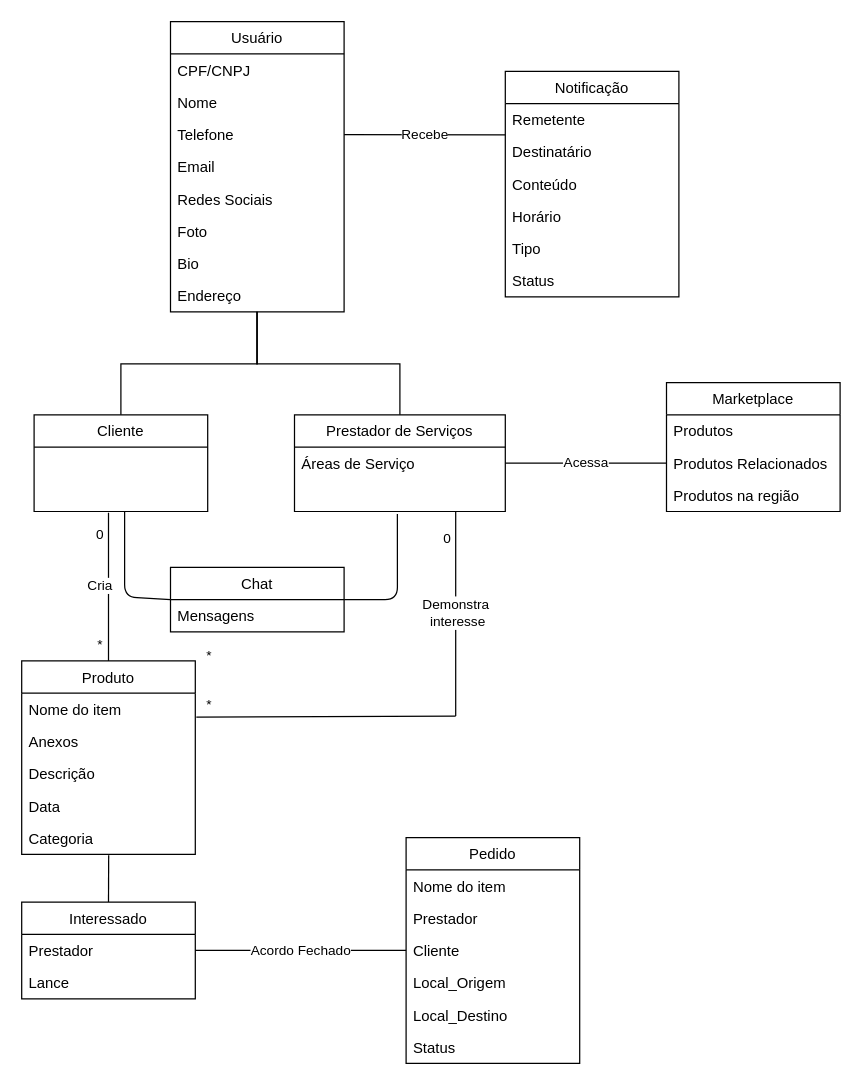
Earlier version of the draw.io diagram classDiagram/Diagrama de Classes.drawio (henriquevital00/Relic). Source tidied: cells renumbered, new cells numbered last; positions are measured from the earlier drawing's top-left corner, leaving out a move shared by most shapes. Both pictures are drawn from the tidied source at 124%, with x=0, y=0 at pixel (21, 21).
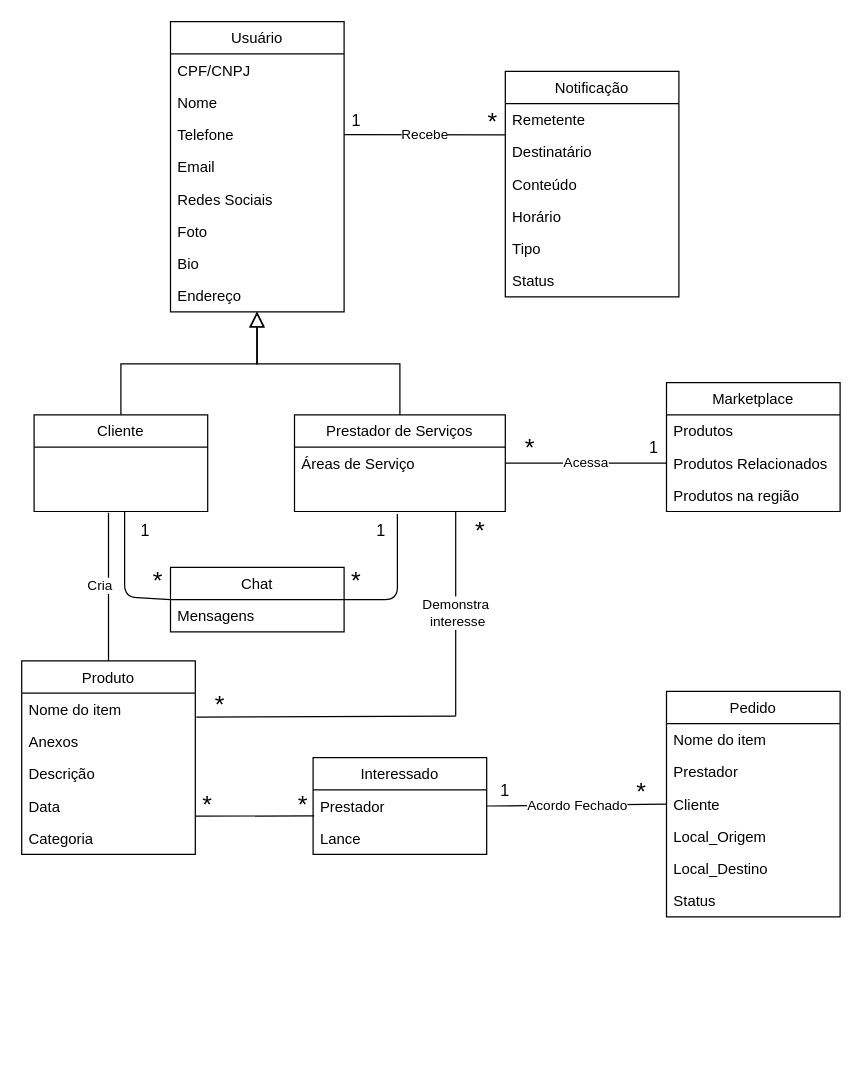
The same page after the edit.

Commit message (it also covers changes not shown here):
Fix diagram class

Unchanged cells that the change refers to:
```xml
<mxCell id="10" value="Endereço" style="text;strokeColor=none;fillColor=none;align=left;verticalAlign=top;spacingLeft=4;spacingRight=4;overflow=hidden;points=[[0,0.5],[1,0.5]];portConstraint=eastwest;" parent="2" vertex="1">
  <mxGeometry y="208" width="140" height="26" as="geometry" />
</mxCell>
<mxCell id="11" value="Cliente" style="swimlane;fontStyle=0;horizontal=1;startSize=26;fillColor=none;" parent="1" vertex="1">
  <mxGeometry x="10" y="317" width="140" height="78" as="geometry" />
</mxCell>
<mxCell id="14" value="Prestador de Serviços" style="swimlane;fontStyle=0;horizontal=1;startSize=26;fillColor=none;" parent="1" vertex="1">
  <mxGeometry x="220" y="317" width="170" height="78" as="geometry" />
</mxCell>
<mxCell id="23" value="Data" style="text;strokeColor=none;fillColor=none;align=left;verticalAlign=top;spacingLeft=4;spacingRight=4;overflow=hidden;points=[[0,0.5],[1,0.5]];portConstraint=eastwest;" parent="19" vertex="1">
  <mxGeometry y="104" width="140" height="26" as="geometry" />
</mxCell>
<mxCell id="24" value="Categoria" style="text;strokeColor=none;fillColor=none;align=left;verticalAlign=top;spacingLeft=4;spacingRight=4;overflow=hidden;points=[[0,0.5],[1,0.5]];portConstraint=eastwest;" parent="19" vertex="1">
  <mxGeometry y="130" width="140" height="26" as="geometry" />
</mxCell>
<mxCell id="32" style="endArrow=none;html=1;exitX=0.5;exitY=0;exitDx=0;exitDy=0;" parent="1" edge="1" source="19">
  <mxGeometry relative="1" as="geometry">
    <mxPoint x="70" y="396" as="targetPoint" />
  </mxGeometry>
</mxCell>
<mxCell id="37" value="Prestador" style="text;strokeColor=none;fillColor=none;align=left;verticalAlign=top;spacingLeft=4;spacingRight=4;overflow=hidden;points=[[0,0.5],[1,0.5]];portConstraint=eastwest;" parent="36" vertex="1">
  <mxGeometry y="26" width="140" height="26" as="geometry" />
</mxCell>
<mxCell id="39" value="Demonstra&lt;br&gt;&amp;nbsp;interesse" style="endArrow=none;html=1;" parent="1" edge="1">
  <mxGeometry relative="1" as="geometry">
    <mxPoint x="350" y="560" as="sourcePoint" />
    <mxPoint x="350" y="395" as="targetPoint" />
  </mxGeometry>
</mxCell>
<mxCell id="46" style="endArrow=none;html=1;exitX=1.006;exitY=0.746;exitDx=0;exitDy=0;exitPerimeter=0;" parent="1" edge="1" source="20">
  <mxGeometry relative="1" as="geometry">
    <mxPoint x="350" y="560" as="targetPoint" />
  </mxGeometry>
</mxCell>
```

Change to the diagram source:
```diff
@@
-    <mxCell id="17" style="endArrow=none;endSize=10;endFill=0;shadow=0;strokeWidth=1;rounded=0;edgeStyle=elbowEdgeStyle;elbow=vertical;exitX=0.5;exitY=0;exitDx=0;exitDy=0;entryX=0.497;entryY=1;entryDx=0;entryDy=0;entryPerimeter=0;" parent="1" edge="1" source="14" target="10">
+    <mxCell id="17" style="endArrow=block;endSize=10;endFill=0;shadow=0;strokeWidth=1;rounded=0;edgeStyle=elbowEdgeStyle;elbow=vertical;exitX=0.5;exitY=0;exitDx=0;exitDy=0;entryX=0.497;entryY=1;entryDx=0;entryDy=0;entryPerimeter=0;" parent="1" edge="1" source="14" target="10">
       <mxGeometry relative="1" as="geometry" />
     </mxCell>
-    <mxCell id="18" style="endArrow=none;endSize=10;endFill=0;shadow=0;strokeWidth=1;rounded=0;edgeStyle=elbowEdgeStyle;elbow=vertical;exitX=0.5;exitY=0;exitDx=0;exitDy=0;" parent="1" edge="1" source="11" target="10">
+    <mxCell id="18" style="endArrow=block;endSize=10;endFill=0;shadow=0;strokeWidth=1;rounded=0;edgeStyle=elbowEdgeStyle;elbow=vertical;exitX=0.5;exitY=0;exitDx=0;exitDy=0;" parent="1" edge="1" source="11" target="10">
       <mxGeometry relative="1" as="geometry" />
     </mxCell>
@@
     <mxCell id="25" value="Pedido" style="swimlane;fontStyle=0;horizontal=1;startSize=26;fillColor=none;" parent="1" vertex="1">
-      <mxGeometry x="310" y="658" width="140" height="182" as="geometry" />
+      <mxGeometry x="520" y="540" width="140" height="182" as="geometry" />
     </mxCell>
@@
-    <mxCell id="34" value="0" style="edgeLabel;html=1;align=center;verticalAlign=middle;" parent="32" vertex="1">
-      <mxGeometry x="0.56" y="1" relative="1" as="geometry">
-        <mxPoint x="-6.9" y="-9.4" as="offset" />
-      </mxGeometry>
-    </mxCell>
-    <mxCell id="35" value="*" style="edgeLabel;html=1;align=center;verticalAlign=middle;" parent="32" vertex="1">
-      <mxGeometry x="-0.77" y="2" relative="1" as="geometry">
-        <mxPoint x="-6" as="offset" />
-      </mxGeometry>
-    </mxCell>
     <mxCell id="36" value="Interessado" style="swimlane;fontStyle=0;horizontal=1;startSize=26;fillColor=none;" parent="1" vertex="1">
-      <mxGeometry y="710" width="140" height="78" as="geometry" />
+      <mxGeometry x="235" y="593.5" width="140" height="78" as="geometry" />
     </mxCell>
@@
-    <mxCell id="40" value="0" style="edgeLabel;html=1;align=center;verticalAlign=middle;" parent="39" vertex="1">
-      <mxGeometry x="0.75" relative="1" as="geometry">
-        <mxPoint x="-8" as="offset" />
-      </mxGeometry>
-    </mxCell>
-    <mxCell id="41" value="*" style="edgeLabel;html=1;align=center;verticalAlign=middle;" parent="39" vertex="1">
-      <mxGeometry x="-0.76" relative="1" as="geometry">
-        <mxPoint x="-200" y="-29.5" as="offset" />
-      </mxGeometry>
-    </mxCell>
@@
-    <mxCell id="47" value="*" style="edgeLabel;html=1;align=center;verticalAlign=middle;" parent="46" vertex="1">
-      <mxGeometry x="-0.82" y="-2" relative="1" as="geometry">
-        <mxPoint x="-9.8" y="-12.8" as="offset" />
-      </mxGeometry>
-    </mxCell>
-    <mxCell id="48" style="endArrow=none;endFill=0;endSize=24;html=1;entryX=0.5;entryY=0;entryDx=0;entryDy=0;exitX=0.501;exitY=1.027;exitDx=0;exitDy=0;exitPerimeter=0;" parent="1" edge="1" source="24" target="36">
+    <mxCell id="48" style="endArrow=none;endFill=0;endSize=24;html=1;exitX=1;exitY=0.817;exitDx=0;exitDy=0;exitPerimeter=0;entryX=0.006;entryY=0.804;entryDx=0;entryDy=0;entryPerimeter=0;" parent="1" edge="1" source="23" target="37">
       <mxGeometry relative="1" as="geometry" />
     </mxCell>
@@
+    <mxCell id="63" value="&lt;font style=&quot;font-size: 13px&quot;&gt;1&lt;/font&gt;" style="text;html=1;strokeColor=none;fillColor=none;align=center;verticalAlign=middle;whiteSpace=wrap;rounded=0;" parent="1" vertex="1">
+      <mxGeometry x="250" y="70" width="40" height="20" as="geometry" />
+    </mxCell>
+    <mxCell id="64" value="&lt;font style=&quot;font-size: 20px&quot;&gt;*&lt;/font&gt;" style="text;html=1;strokeColor=none;fillColor=none;align=center;verticalAlign=middle;whiteSpace=wrap;rounded=0;" parent="1" vertex="1">
+      <mxGeometry x="360" y="70" width="40" height="20" as="geometry" />
+    </mxCell>
+    <mxCell id="65" value="&lt;font style=&quot;font-size: 20px&quot;&gt;*&lt;/font&gt;" style="text;html=1;strokeColor=none;fillColor=none;align=center;verticalAlign=middle;whiteSpace=wrap;rounded=0;" parent="1" vertex="1">
+      <mxGeometry x="390" y="333" width="40" height="20" as="geometry" />
+    </mxCell>
+    <mxCell id="66" value="&lt;font style=&quot;font-size: 13px&quot;&gt;1&lt;/font&gt;" style="text;html=1;strokeColor=none;fillColor=none;align=center;verticalAlign=middle;whiteSpace=wrap;rounded=0;" parent="1" vertex="1">
+      <mxGeometry x="490" y="333" width="40" height="20" as="geometry" />
+    </mxCell>
+    <mxCell id="67" value="&lt;font style=&quot;font-size: 20px&quot;&gt;*&lt;/font&gt;" style="text;html=1;strokeColor=none;fillColor=none;align=center;verticalAlign=middle;whiteSpace=wrap;rounded=0;" parent="1" vertex="1">
+      <mxGeometry x="250" y="440" width="40" height="20" as="geometry" />
+    </mxCell>
+    <mxCell id="68" value="&lt;font style=&quot;font-size: 13px&quot;&gt;1&lt;/font&gt;" style="text;html=1;strokeColor=none;fillColor=none;align=center;verticalAlign=middle;whiteSpace=wrap;rounded=0;" parent="1" vertex="1">
+      <mxGeometry x="270" y="400" width="40" height="20" as="geometry" />
+    </mxCell>
+    <mxCell id="69" value="&lt;font style=&quot;font-size: 20px&quot;&gt;*&lt;/font&gt;" style="text;html=1;strokeColor=none;fillColor=none;align=center;verticalAlign=middle;whiteSpace=wrap;rounded=0;" parent="1" vertex="1">
+      <mxGeometry x="90" y="440" width="40" height="20" as="geometry" />
+    </mxCell>
+    <mxCell id="70" value="&lt;font style=&quot;font-size: 13px&quot;&gt;1&lt;/font&gt;" style="text;html=1;strokeColor=none;fillColor=none;align=center;verticalAlign=middle;whiteSpace=wrap;rounded=0;" parent="1" vertex="1">
+      <mxGeometry x="80" y="400" width="40" height="20" as="geometry" />
+    </mxCell>
+    <mxCell id="71" value="&lt;font style=&quot;font-size: 20px&quot;&gt;*&lt;/font&gt;" style="text;html=1;strokeColor=none;fillColor=none;align=center;verticalAlign=middle;whiteSpace=wrap;rounded=0;" parent="1" vertex="1">
+      <mxGeometry x="140" y="540" width="40" height="20" as="geometry" />
+    </mxCell>
+    <mxCell id="72" value="&lt;font style=&quot;font-size: 20px&quot;&gt;*&lt;/font&gt;" style="text;html=1;strokeColor=none;fillColor=none;align=center;verticalAlign=middle;whiteSpace=wrap;rounded=0;" parent="1" vertex="1">
+      <mxGeometry x="350" y="400" width="40" height="20" as="geometry" />
+    </mxCell>
+    <mxCell id="73" value="&lt;font style=&quot;font-size: 20px&quot;&gt;*&lt;/font&gt;" style="text;html=1;strokeColor=none;fillColor=none;align=center;verticalAlign=middle;whiteSpace=wrap;rounded=0;" parent="1" vertex="1">
+      <mxGeometry x="130" y="621" width="40" height="20" as="geometry" />
+    </mxCell>
+    <mxCell id="74" value="&lt;font style=&quot;font-size: 20px&quot;&gt;*&lt;/font&gt;" style="text;html=1;strokeColor=none;fillColor=none;align=center;verticalAlign=middle;whiteSpace=wrap;rounded=0;" parent="1" vertex="1">
+      <mxGeometry x="207" y="621" width="40" height="20" as="geometry" />
+    </mxCell>
+    <mxCell id="75" value="&lt;font style=&quot;font-size: 20px&quot;&gt;*&lt;/font&gt;" style="text;html=1;strokeColor=none;fillColor=none;align=center;verticalAlign=middle;whiteSpace=wrap;rounded=0;" parent="1" vertex="1">
+      <mxGeometry x="480" y="610" width="40" height="20" as="geometry" />
+    </mxCell>
+    <mxCell id="76" value="&lt;font style=&quot;font-size: 13px&quot;&gt;1&lt;/font&gt;" style="text;html=1;strokeColor=none;fillColor=none;align=center;verticalAlign=middle;whiteSpace=wrap;rounded=0;" parent="1" vertex="1">
+      <mxGeometry x="370" y="610" width="40" height="20" as="geometry" />
+    </mxCell>
```
